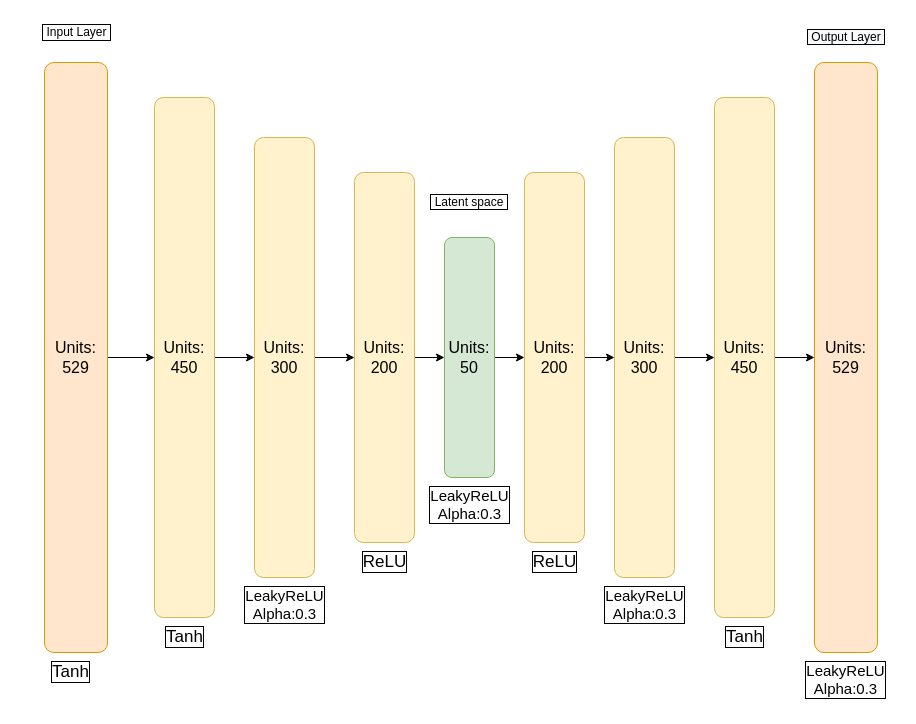
Earlier version of the draw.io diagram Thesis/Figures/nnarchitect/ae_big.drawio (Gadangadang/MasterThesis). Source tidied: cells renumbered, new cells numbered last; positions are measured from the earlier drawing's top-left corner, leaving out a move shared by most shapes. Both pictures are drawn from the tidied source at 100%, with x=0, y=0 at pixel (17, 17).
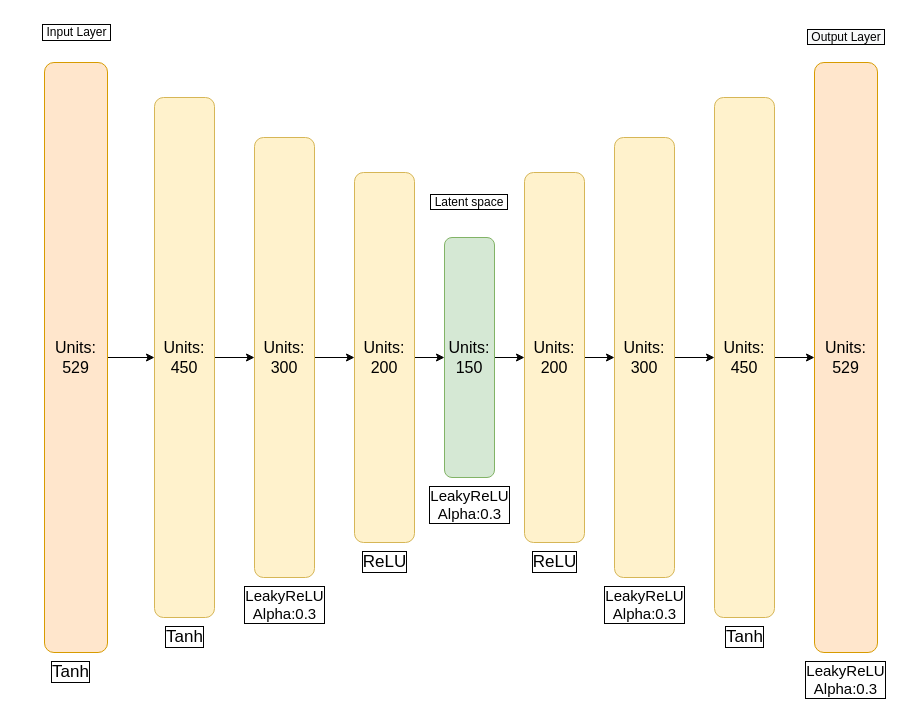
The same page after the edit.

The edit, as a diff of the source:
```diff
@@
-    <mxCell id="11" value="&lt;font style=&quot;font-size: 16px;&quot;&gt;Units: 50&lt;/font&gt;" style="rounded=1;whiteSpace=wrap;html=1;direction=south;fillColor=#d5e8d4;strokeColor=#82b366;" parent="1" vertex="1">
+    <mxCell id="11" value="&lt;font style=&quot;font-size: 16px;&quot;&gt;Units: 150&lt;/font&gt;" style="rounded=1;whiteSpace=wrap;html=1;direction=south;fillColor=#d5e8d4;strokeColor=#82b366;" parent="1" vertex="1">
       <mxGeometry x="427" y="220" width="50" height="240" as="geometry" />
     </mxCell>
```
